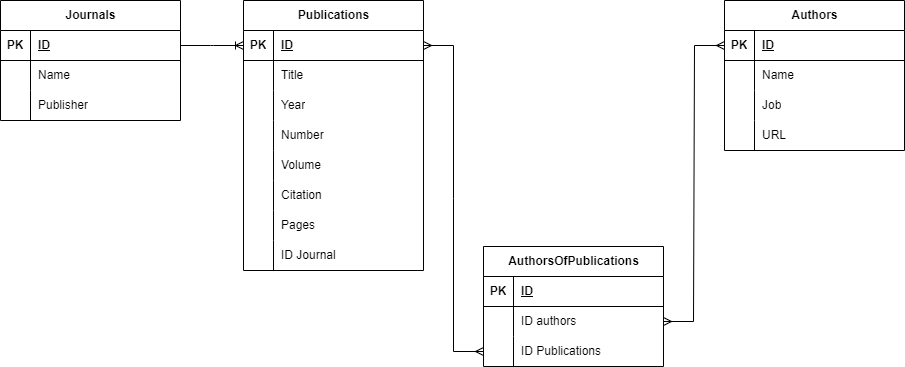
Earlier version of the draw.io export ER диаграмма.drawio.png (muravevaksen/PublicationsReports). Source tidied: cells renumbered, new cells last; positions are measured from the earlier drawing's top-left corner, leaving out a move shared by most shapes. The source it was exported from:
```xml
<mxGraphModel>
  <root>
    <mxCell id="0" />
    <mxCell id="1" parent="0" />
    <mxCell id="2" value="Publications" style="shape=table;startSize=30;rowLines=0;fontStyle=1;align=center;html=1;" parent="1" vertex="1">
      <mxGeometry x="243" width="180" height="270" as="geometry" />
    </mxCell>
    <mxCell id="3" style="shape=tableRow;horizontal=0;startSize=0;swimlaneHead=0;swimlaneBody=0;fillColor=none;points=[[0,0.5],[1,0.5]];portConstraint=eastwest;top=0;left=0;right=0;bottom=1;" parent="2" vertex="1">
      <mxGeometry y="30" width="180" height="30" as="geometry" />
    </mxCell>
    <mxCell id="4" value="PK" style="shape=partialRectangle;fillColor=none;top=0;left=0;bottom=0;right=0;fontStyle=1;overflow=hidden;whiteSpace=wrap;html=1;" parent="3" vertex="1">
      <mxGeometry width="30" height="30" as="geometry" />
    </mxCell>
    <mxCell id="5" value="ID" style="shape=partialRectangle;fillColor=none;top=0;left=0;bottom=0;right=0;align=left;spacingLeft=6;fontStyle=5;overflow=hidden;whiteSpace=wrap;html=1;" parent="3" vertex="1">
      <mxGeometry x="30" width="150" height="30" as="geometry" />
    </mxCell>
    <mxCell id="6" style="shape=tableRow;horizontal=0;startSize=0;swimlaneHead=0;swimlaneBody=0;fillColor=none;top=0;left=0;right=0;bottom=0;" parent="2" vertex="1">
      <mxGeometry y="60" width="180" height="30" as="geometry" />
    </mxCell>
    <mxCell id="7" style="shape=partialRectangle;fillColor=none;top=0;left=0;bottom=0;right=0;overflow=hidden;whiteSpace=wrap;html=1;" parent="6" vertex="1">
      <mxGeometry width="30" height="30" as="geometry" />
    </mxCell>
    <mxCell id="8" value="Title" style="shape=partialRectangle;fillColor=none;top=0;left=0;bottom=0;right=0;align=left;spacingLeft=6;overflow=hidden;whiteSpace=wrap;html=1;" parent="6" vertex="1">
      <mxGeometry x="30" width="150" height="30" as="geometry" />
    </mxCell>
    <mxCell id="9" style="shape=tableRow;horizontal=0;startSize=0;swimlaneHead=0;swimlaneBody=0;fillColor=none;top=0;left=0;right=0;bottom=0;" parent="2" vertex="1">
      <mxGeometry y="90" width="180" height="30" as="geometry" />
    </mxCell>
    <mxCell id="10" style="shape=partialRectangle;fillColor=none;top=0;left=0;bottom=0;right=0;overflow=hidden;whiteSpace=wrap;html=1;" parent="9" vertex="1">
      <mxGeometry width="30" height="30" as="geometry" />
    </mxCell>
    <mxCell id="11" value="Year" style="shape=partialRectangle;fillColor=none;top=0;left=0;bottom=0;right=0;align=left;spacingLeft=6;overflow=hidden;whiteSpace=wrap;html=1;" parent="9" vertex="1">
      <mxGeometry x="30" width="150" height="30" as="geometry" />
    </mxCell>
    <mxCell id="12" style="shape=tableRow;horizontal=0;startSize=0;swimlaneHead=0;swimlaneBody=0;fillColor=none;top=0;left=0;right=0;bottom=0;" parent="2" vertex="1">
      <mxGeometry y="120" width="180" height="30" as="geometry" />
    </mxCell>
    <mxCell id="13" style="shape=partialRectangle;fillColor=none;top=0;left=0;bottom=0;right=0;overflow=hidden;whiteSpace=wrap;html=1;" parent="12" vertex="1">
      <mxGeometry width="30" height="30" as="geometry" />
    </mxCell>
    <mxCell id="14" value="Number" style="shape=partialRectangle;fillColor=none;top=0;left=0;bottom=0;right=0;align=left;spacingLeft=6;overflow=hidden;whiteSpace=wrap;html=1;" parent="12" vertex="1">
      <mxGeometry x="30" width="150" height="30" as="geometry" />
    </mxCell>
    <mxCell id="15" style="shape=tableRow;horizontal=0;startSize=0;swimlaneHead=0;swimlaneBody=0;fillColor=none;top=0;left=0;right=0;bottom=0;" parent="2" vertex="1">
      <mxGeometry y="150" width="180" height="30" as="geometry" />
    </mxCell>
    <mxCell id="16" style="shape=partialRectangle;fillColor=none;top=0;left=0;bottom=0;right=0;overflow=hidden;whiteSpace=wrap;html=1;" parent="15" vertex="1">
      <mxGeometry width="30" height="30" as="geometry" />
    </mxCell>
    <mxCell id="17" value="Volume" style="shape=partialRectangle;fillColor=none;top=0;left=0;bottom=0;right=0;align=left;spacingLeft=6;overflow=hidden;whiteSpace=wrap;html=1;" parent="15" vertex="1">
      <mxGeometry x="30" width="150" height="30" as="geometry" />
    </mxCell>
    <mxCell id="18" style="shape=tableRow;horizontal=0;startSize=0;swimlaneHead=0;swimlaneBody=0;fillColor=none;top=0;left=0;right=0;bottom=0;" parent="2" vertex="1">
      <mxGeometry y="180" width="180" height="30" as="geometry" />
    </mxCell>
    <mxCell id="19" style="shape=partialRectangle;fillColor=none;top=0;left=0;bottom=0;right=0;overflow=hidden;whiteSpace=wrap;html=1;" parent="18" vertex="1">
      <mxGeometry width="30" height="30" as="geometry" />
    </mxCell>
    <mxCell id="20" value="Citation" style="shape=partialRectangle;fillColor=none;top=0;left=0;bottom=0;right=0;align=left;spacingLeft=6;overflow=hidden;whiteSpace=wrap;html=1;" parent="18" vertex="1">
      <mxGeometry x="30" width="150" height="30" as="geometry" />
    </mxCell>
    <mxCell id="21" style="shape=tableRow;horizontal=0;startSize=0;swimlaneHead=0;swimlaneBody=0;fillColor=none;top=0;left=0;right=0;bottom=0;" parent="2" vertex="1">
      <mxGeometry y="210" width="180" height="30" as="geometry" />
    </mxCell>
    <mxCell id="22" style="shape=partialRectangle;fillColor=none;top=0;left=0;bottom=0;right=0;overflow=hidden;whiteSpace=wrap;html=1;" parent="21" vertex="1">
      <mxGeometry width="30" height="30" as="geometry" />
    </mxCell>
    <mxCell id="23" value="Pages" style="shape=partialRectangle;fillColor=none;top=0;left=0;bottom=0;right=0;align=left;spacingLeft=6;overflow=hidden;whiteSpace=wrap;html=1;" parent="21" vertex="1">
      <mxGeometry x="30" width="150" height="30" as="geometry" />
    </mxCell>
    <mxCell id="24" style="shape=tableRow;horizontal=0;startSize=0;swimlaneHead=0;swimlaneBody=0;fillColor=none;points=[[0,0.5],[1,0.5]];portConstraint=eastwest;top=0;left=0;right=0;bottom=0;" parent="2" vertex="1">
      <mxGeometry y="240" width="180" height="30" as="geometry" />
    </mxCell>
    <mxCell id="25" style="shape=partialRectangle;fillColor=none;top=0;left=0;bottom=0;right=0;overflow=hidden;whiteSpace=wrap;html=1;" parent="24" vertex="1">
      <mxGeometry width="30" height="30" as="geometry" />
    </mxCell>
    <mxCell id="26" value="ID Journal" style="shape=partialRectangle;fillColor=none;top=0;left=0;bottom=0;right=0;align=left;spacingLeft=6;overflow=hidden;whiteSpace=wrap;html=1;" parent="24" vertex="1">
      <mxGeometry x="30" width="150" height="30" as="geometry" />
    </mxCell>
    <mxCell id="27" value="Authors" style="shape=table;startSize=30;rowLines=0;fontStyle=1;align=center;html=1;" parent="1" vertex="1">
      <mxGeometry x="724" width="180" height="150" as="geometry" />
    </mxCell>
    <mxCell id="28" style="shape=tableRow;horizontal=0;startSize=0;swimlaneHead=0;swimlaneBody=0;fillColor=none;points=[[0,0.5],[1,0.5]];portConstraint=eastwest;top=0;left=0;right=0;bottom=1;" parent="27" vertex="1">
      <mxGeometry y="30" width="180" height="30" as="geometry" />
    </mxCell>
    <mxCell id="29" value="PK" style="shape=partialRectangle;fillColor=none;top=0;left=0;bottom=0;right=0;fontStyle=1;overflow=hidden;whiteSpace=wrap;html=1;" parent="28" vertex="1">
      <mxGeometry width="30" height="30" as="geometry" />
    </mxCell>
    <mxCell id="30" value="ID" style="shape=partialRectangle;fillColor=none;top=0;left=0;bottom=0;right=0;align=left;spacingLeft=6;fontStyle=5;overflow=hidden;whiteSpace=wrap;html=1;" parent="28" vertex="1">
      <mxGeometry x="30" width="150" height="30" as="geometry" />
    </mxCell>
    <mxCell id="31" style="shape=tableRow;horizontal=0;startSize=0;swimlaneHead=0;swimlaneBody=0;fillColor=none;top=0;left=0;right=0;bottom=0;" parent="27" vertex="1">
      <mxGeometry y="60" width="180" height="30" as="geometry" />
    </mxCell>
    <mxCell id="32" style="shape=partialRectangle;fillColor=none;top=0;left=0;bottom=0;right=0;overflow=hidden;whiteSpace=wrap;html=1;" parent="31" vertex="1">
      <mxGeometry width="30" height="30" as="geometry" />
    </mxCell>
    <mxCell id="33" value="Name" style="shape=partialRectangle;fillColor=none;top=0;left=0;bottom=0;right=0;align=left;spacingLeft=6;overflow=hidden;whiteSpace=wrap;html=1;" parent="31" vertex="1">
      <mxGeometry x="30" width="150" height="30" as="geometry" />
    </mxCell>
    <mxCell id="34" style="shape=tableRow;horizontal=0;startSize=0;swimlaneHead=0;swimlaneBody=0;fillColor=none;top=0;left=0;right=0;bottom=0;" parent="27" vertex="1">
      <mxGeometry y="90" width="180" height="30" as="geometry" />
    </mxCell>
    <mxCell id="35" style="shape=partialRectangle;fillColor=none;top=0;left=0;bottom=0;right=0;overflow=hidden;whiteSpace=wrap;html=1;" parent="34" vertex="1">
      <mxGeometry width="30" height="30" as="geometry" />
    </mxCell>
    <mxCell id="36" value="Job" style="shape=partialRectangle;fillColor=none;top=0;left=0;bottom=0;right=0;align=left;spacingLeft=6;overflow=hidden;whiteSpace=wrap;html=1;" parent="34" vertex="1">
      <mxGeometry x="30" width="150" height="30" as="geometry" />
    </mxCell>
    <mxCell id="37" style="shape=tableRow;horizontal=0;startSize=0;swimlaneHead=0;swimlaneBody=0;fillColor=none;top=0;left=0;right=0;bottom=0;" parent="27" vertex="1">
      <mxGeometry y="120" width="180" height="30" as="geometry" />
    </mxCell>
    <mxCell id="38" style="shape=partialRectangle;fillColor=none;top=0;left=0;bottom=0;right=0;overflow=hidden;whiteSpace=wrap;html=1;" parent="37" vertex="1">
      <mxGeometry width="30" height="30" as="geometry" />
    </mxCell>
    <mxCell id="39" value="URL" style="shape=partialRectangle;fillColor=none;top=0;left=0;bottom=0;right=0;align=left;spacingLeft=6;overflow=hidden;whiteSpace=wrap;html=1;" parent="37" vertex="1">
      <mxGeometry x="30" width="150" height="30" as="geometry" />
    </mxCell>
    <mxCell id="40" value="AuthorsOfPublications" style="shape=table;startSize=30;rowLines=0;fontStyle=1;align=center;html=1;" parent="1" vertex="1">
      <mxGeometry x="483" y="246" width="180" height="120" as="geometry" />
    </mxCell>
    <mxCell id="41" style="shape=tableRow;horizontal=0;startSize=0;swimlaneHead=0;swimlaneBody=0;fillColor=none;top=0;left=0;right=0;bottom=1;" parent="40" vertex="1">
      <mxGeometry y="30" width="180" height="30" as="geometry" />
    </mxCell>
    <mxCell id="42" value="PK" style="shape=partialRectangle;fillColor=none;top=0;left=0;bottom=0;right=0;fontStyle=1;overflow=hidden;whiteSpace=wrap;html=1;" parent="41" vertex="1">
      <mxGeometry width="30" height="30" as="geometry" />
    </mxCell>
    <mxCell id="43" value="ID" style="shape=partialRectangle;fillColor=none;top=0;left=0;bottom=0;right=0;align=left;spacingLeft=6;fontStyle=5;overflow=hidden;whiteSpace=wrap;html=1;" parent="41" vertex="1">
      <mxGeometry x="30" width="150" height="30" as="geometry" />
    </mxCell>
    <mxCell id="44" style="shape=tableRow;horizontal=0;startSize=0;swimlaneHead=0;swimlaneBody=0;fillColor=none;points=[[0,0.5],[1,0.5]];portConstraint=eastwest;top=0;left=0;right=0;bottom=0;" parent="40" vertex="1">
      <mxGeometry y="60" width="180" height="30" as="geometry" />
    </mxCell>
    <mxCell id="45" style="shape=partialRectangle;fillColor=none;top=0;left=0;bottom=0;right=0;overflow=hidden;whiteSpace=wrap;html=1;" parent="44" vertex="1">
      <mxGeometry width="30" height="30" as="geometry" />
    </mxCell>
    <mxCell id="46" value="ID authors" style="shape=partialRectangle;fillColor=none;top=0;left=0;bottom=0;right=0;align=left;spacingLeft=6;overflow=hidden;whiteSpace=wrap;html=1;" parent="44" vertex="1">
      <mxGeometry x="30" width="150" height="30" as="geometry" />
    </mxCell>
    <mxCell id="47" style="shape=tableRow;horizontal=0;startSize=0;swimlaneHead=0;swimlaneBody=0;fillColor=none;points=[[0,0.5],[1,0.5]];portConstraint=eastwest;top=0;left=0;right=0;bottom=0;" parent="40" vertex="1">
      <mxGeometry y="90" width="180" height="30" as="geometry" />
    </mxCell>
    <mxCell id="48" style="shape=partialRectangle;fillColor=none;top=0;left=0;bottom=0;right=0;overflow=hidden;whiteSpace=wrap;html=1;" parent="47" vertex="1">
      <mxGeometry width="30" height="30" as="geometry" />
    </mxCell>
    <mxCell id="49" value="ID Publications" style="shape=partialRectangle;fillColor=none;top=0;left=0;bottom=0;right=0;align=left;spacingLeft=6;overflow=hidden;whiteSpace=wrap;html=1;" parent="47" vertex="1">
      <mxGeometry x="30" width="150" height="30" as="geometry" />
    </mxCell>
    <mxCell id="50" value="Journals" style="shape=table;startSize=30;rowLines=0;fontStyle=1;align=center;html=1;" parent="1" vertex="1">
      <mxGeometry width="180" height="120" as="geometry" />
    </mxCell>
    <mxCell id="51" style="shape=tableRow;horizontal=0;startSize=0;swimlaneHead=0;swimlaneBody=0;fillColor=none;points=[[0,0.5],[1,0.5]];portConstraint=eastwest;top=0;left=0;right=0;bottom=1;" parent="50" vertex="1">
      <mxGeometry y="30" width="180" height="30" as="geometry" />
    </mxCell>
    <mxCell id="52" value="PK" style="shape=partialRectangle;fillColor=none;top=0;left=0;bottom=0;right=0;fontStyle=1;overflow=hidden;whiteSpace=wrap;html=1;" parent="51" vertex="1">
      <mxGeometry width="30" height="30" as="geometry" />
    </mxCell>
    <mxCell id="53" value="ID" style="shape=partialRectangle;fillColor=none;top=0;left=0;bottom=0;right=0;align=left;spacingLeft=6;fontStyle=5;overflow=hidden;whiteSpace=wrap;html=1;" parent="51" vertex="1">
      <mxGeometry x="30" width="150" height="30" as="geometry" />
    </mxCell>
    <mxCell id="54" style="shape=tableRow;horizontal=0;startSize=0;swimlaneHead=0;swimlaneBody=0;fillColor=none;top=0;left=0;right=0;bottom=0;" parent="50" vertex="1">
      <mxGeometry y="60" width="180" height="30" as="geometry" />
    </mxCell>
    <mxCell id="55" style="shape=partialRectangle;fillColor=none;top=0;left=0;bottom=0;right=0;overflow=hidden;whiteSpace=wrap;html=1;" parent="54" vertex="1">
      <mxGeometry width="30" height="30" as="geometry" />
    </mxCell>
    <mxCell id="56" value="Name" style="shape=partialRectangle;fillColor=none;top=0;left=0;bottom=0;right=0;align=left;spacingLeft=6;overflow=hidden;whiteSpace=wrap;html=1;" parent="54" vertex="1">
      <mxGeometry x="30" width="150" height="30" as="geometry" />
    </mxCell>
    <mxCell id="57" style="shape=tableRow;horizontal=0;startSize=0;swimlaneHead=0;swimlaneBody=0;fillColor=none;top=0;left=0;right=0;bottom=0;" parent="50" vertex="1">
      <mxGeometry y="90" width="180" height="30" as="geometry" />
    </mxCell>
    <mxCell id="58" style="shape=partialRectangle;fillColor=none;top=0;left=0;bottom=0;right=0;overflow=hidden;whiteSpace=wrap;html=1;" parent="57" vertex="1">
      <mxGeometry width="30" height="30" as="geometry" />
    </mxCell>
    <mxCell id="59" value="Publisher" style="shape=partialRectangle;fillColor=none;top=0;left=0;bottom=0;right=0;align=left;spacingLeft=6;overflow=hidden;whiteSpace=wrap;html=1;" parent="57" vertex="1">
      <mxGeometry x="30" width="150" height="30" as="geometry" />
    </mxCell>
    <mxCell id="60" style="edgeStyle=entityRelationEdgeStyle;fontSize=12;html=1;endArrow=ERoneToMany;rounded=0;exitX=1;exitY=0.5;exitDx=0;exitDy=0;" parent="1" edge="1" source="51" target="3">
      <mxGeometry relative="1" as="geometry" />
    </mxCell>
    <mxCell id="61" style="edgeStyle=entityRelationEdgeStyle;fontSize=12;html=1;endArrow=ERmany;startArrow=ERmany;rounded=0;exitX=1;exitY=0.5;exitDx=0;exitDy=0;" parent="1" edge="1" source="44" target="28">
      <mxGeometry relative="1" as="geometry" />
    </mxCell>
    <mxCell id="62" style="edgeStyle=entityRelationEdgeStyle;fontSize=12;html=1;endArrow=ERmany;startArrow=ERmany;rounded=0;entryX=0;entryY=0.5;entryDx=0;entryDy=0;" parent="1" edge="1" source="3" target="47">
      <mxGeometry relative="1" as="geometry" />
    </mxCell>
  </root>
</mxGraphModel>
```
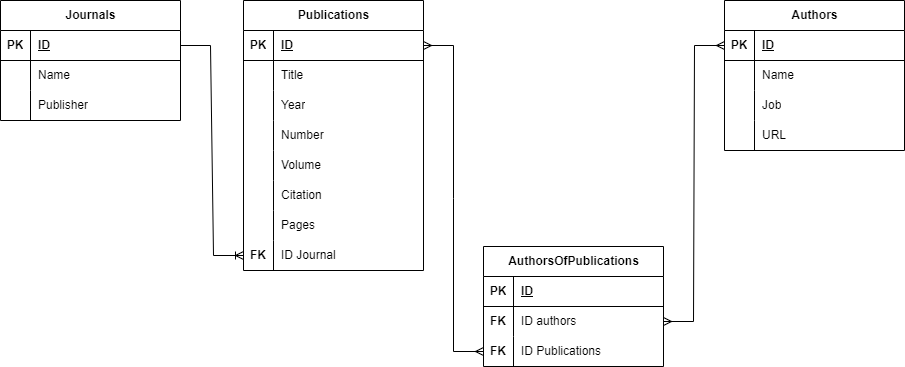
After the commit.

The edit, as a diff of the source:
```diff
@@ -176,7 +176,7 @@
     <mxCell id="59" value="Publisher" style="shape=partialRectangle;fillColor=none;top=0;left=0;bottom=0;right=0;align=left;spacingLeft=6;overflow=hidden;whiteSpace=wrap;html=1;" parent="57" vertex="1">
       <mxGeometry x="30" width="150" height="30" as="geometry" />
     </mxCell>
-    <mxCell id="60" style="edgeStyle=entityRelationEdgeStyle;fontSize=12;html=1;endArrow=ERoneToMany;rounded=0;exitX=1;exitY=0.5;exitDx=0;exitDy=0;" parent="1" edge="1" source="51" target="3">
+    <mxCell id="60" style="edgeStyle=entityRelationEdgeStyle;fontSize=12;html=1;endArrow=ERoneToMany;rounded=0;exitX=1;exitY=0.5;exitDx=0;exitDy=0;entryX=0;entryY=0.5;entryDx=0;entryDy=0;" parent="1" edge="1" source="51" target="24">
       <mxGeometry relative="1" as="geometry" />
     </mxCell>
     <mxCell id="61" style="edgeStyle=entityRelationEdgeStyle;fontSize=12;html=1;endArrow=ERmany;startArrow=ERmany;rounded=0;exitX=1;exitY=0.5;exitDx=0;exitDy=0;" parent="1" edge="1" source="44" target="28">
@@ -185,5 +185,14 @@
     <mxCell id="62" style="edgeStyle=entityRelationEdgeStyle;fontSize=12;html=1;endArrow=ERmany;startArrow=ERmany;rounded=0;entryX=0;entryY=0.5;entryDx=0;entryDy=0;" parent="1" edge="1" source="3" target="47">
       <mxGeometry relative="1" as="geometry" />
     </mxCell>
+    <mxCell id="63" value="FK" style="shape=partialRectangle;fillColor=none;top=0;left=0;bottom=0;right=0;fontStyle=1;overflow=hidden;whiteSpace=wrap;html=1;" parent="1" vertex="1">
+      <mxGeometry x="483" y="306" width="30" height="30" as="geometry" />
+    </mxCell>
+    <mxCell id="64" value="FK" style="shape=partialRectangle;fillColor=none;top=0;left=0;bottom=0;right=0;fontStyle=1;overflow=hidden;whiteSpace=wrap;html=1;" parent="1" vertex="1">
+      <mxGeometry x="483" y="336" width="30" height="30" as="geometry" />
+    </mxCell>
+    <mxCell id="65" value="FK" style="shape=partialRectangle;fillColor=none;top=0;left=0;bottom=0;right=0;fontStyle=1;overflow=hidden;whiteSpace=wrap;html=1;" parent="1" vertex="1">
+      <mxGeometry x="243" y="240" width="30" height="30" as="geometry" />
+    </mxCell>
   </root>
 </mxGraphModel>
```
